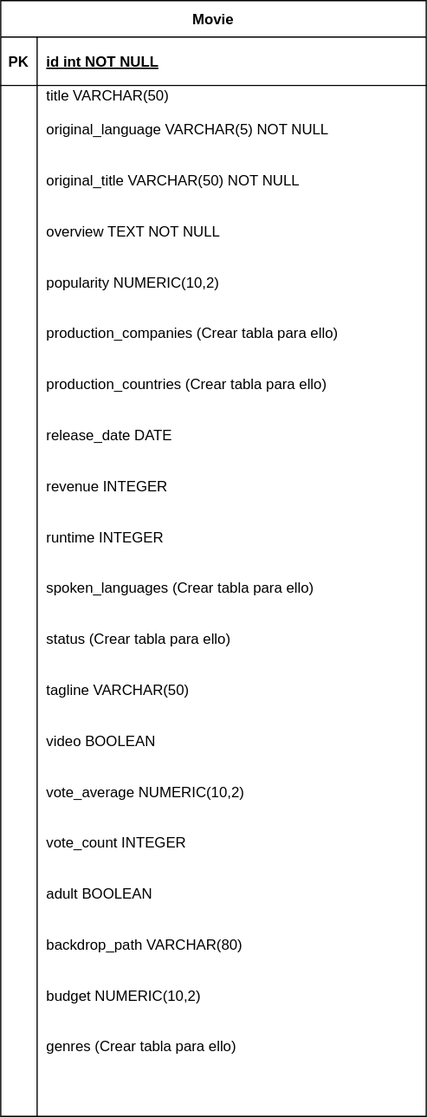
Above: Streambit.Catalog/docs/Catalog.svg in coscristian/Streambit.Catalog (draw.io), before the change. Source tidied: cells renumbered, new cells last; positions are measured from the earlier drawing's top-left corner, leaving out a move shared by most shapes. Its diagram source:
```xml
<mxGraphModel>
  <root>
    <mxCell id="0" />
    <mxCell id="1" parent="0" />
    <mxCell id="2" value="Movie" style="shape=table;startSize=30;rowLines=0;fontStyle=1;align=center;" parent="1" vertex="1">
      <mxGeometry width="351" height="920" as="geometry" />
    </mxCell>
    <mxCell id="3" style="shape=partialRectangle;fillColor=none;points=[[0,0.5],[1,0.5]];portConstraint=eastwest;top=0;left=0;right=0;bottom=1;" parent="2" vertex="1">
      <mxGeometry y="30" width="351" height="40" as="geometry" />
    </mxCell>
    <mxCell id="4" value="PK" style="shape=partialRectangle;overflow=hidden;fillColor=none;top=0;left=0;bottom=0;right=0;fontStyle=1;" parent="3" vertex="1">
      <mxGeometry width="30" height="40" as="geometry" />
    </mxCell>
    <mxCell id="5" value="id int NOT NULL" style="shape=partialRectangle;overflow=hidden;fillColor=none;top=0;left=0;bottom=0;right=0;align=left;spacingLeft=6;fontStyle=5;" parent="3" vertex="1">
      <mxGeometry x="30" width="321" height="40" as="geometry" />
    </mxCell>
    <mxCell id="6" style="shape=partialRectangle;fillColor=none;top=0;left=0;right=0;bottom=0;" parent="2" vertex="1">
      <mxGeometry y="70" width="351" height="850" as="geometry" />
    </mxCell>
    <mxCell id="7" style="shape=partialRectangle;overflow=hidden;fillColor=none;top=0;left=0;bottom=0;right=0;" parent="6" vertex="1">
      <mxGeometry width="30" height="850" as="geometry" />
    </mxCell>
    <mxCell id="8" value="title VARCHAR(50)&#10;&#10;original_language VARCHAR(5) NOT NULL&#10;&#10;&#10;original_title VARCHAR(50) NOT NULL&#10;&#10;&#10;overview TEXT NOT NULL&#10;&#10;&#10;popularity NUMERIC(10,2)&#10;&#10;&#10;production_companies (Crear tabla para ello)&#10;&#10;&#10;production_countries (Crear tabla para ello)&#10;&#10;&#10;release_date DATE&#10;&#10;&#10;revenue INTEGER&#10;&#10;&#10;runtime INTEGER&#10;&#10;&#10;spoken_languages (Crear tabla para ello)&#10;&#10;&#10;status (Crear tabla para ello)&#10;&#10;&#10;tagline VARCHAR(50)&#10;&#10;&#10;video BOOLEAN&#10;&#10;&#10;vote_average NUMERIC(10,2)&#10;&#10;&#10;vote_count INTEGER&#10;&#10;&#10;adult BOOLEAN&#10;&#10;&#10;backdrop_path VARCHAR(80)&#10;&#10;&#10;budget NUMERIC(10,2)&#10;&#10;&#10;genres (Crear tabla para ello)&#10;&#10;&#10;&#10;&#10;" style="shape=partialRectangle;overflow=hidden;fillColor=none;top=0;left=0;bottom=0;right=0;align=left;spacingLeft=6;" parent="6" vertex="1">
      <mxGeometry x="30" width="321" height="850" as="geometry" />
    </mxCell>
  </root>
</mxGraphModel>
```
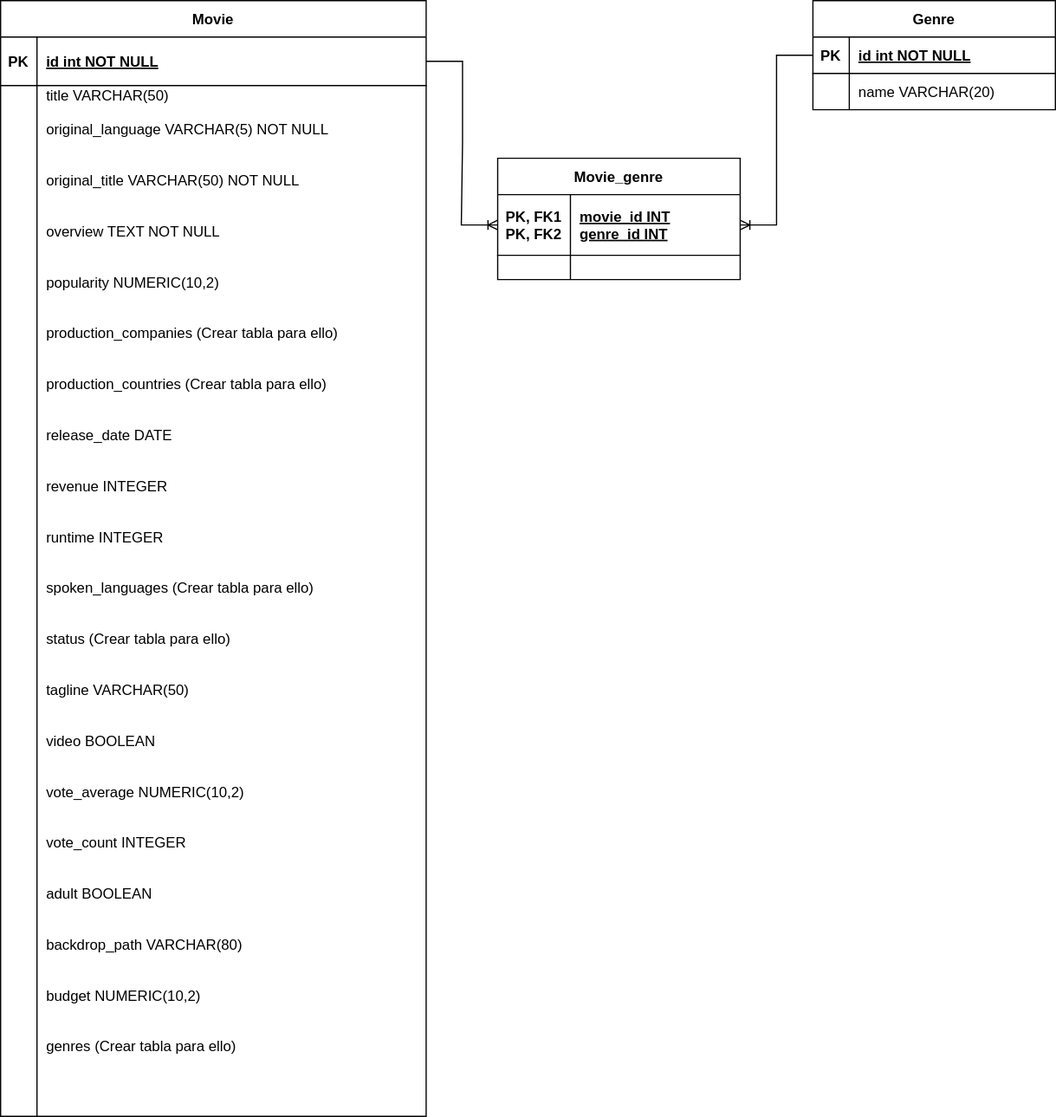
The same file after the commit.

Change to the diagram source:
```diff
@@ -23,5 +23,53 @@
     <mxCell id="8" value="title VARCHAR(50)&#10;&#10;original_language VARCHAR(5) NOT NULL&#10;&#10;&#10;original_title VARCHAR(50) NOT NULL&#10;&#10;&#10;overview TEXT NOT NULL&#10;&#10;&#10;popularity NUMERIC(10,2)&#10;&#10;&#10;production_companies (Crear tabla para ello)&#10;&#10;&#10;production_countries (Crear tabla para ello)&#10;&#10;&#10;release_date DATE&#10;&#10;&#10;revenue INTEGER&#10;&#10;&#10;runtime INTEGER&#10;&#10;&#10;spoken_languages (Crear tabla para ello)&#10;&#10;&#10;status (Crear tabla para ello)&#10;&#10;&#10;tagline VARCHAR(50)&#10;&#10;&#10;video BOOLEAN&#10;&#10;&#10;vote_average NUMERIC(10,2)&#10;&#10;&#10;vote_count INTEGER&#10;&#10;&#10;adult BOOLEAN&#10;&#10;&#10;backdrop_path VARCHAR(80)&#10;&#10;&#10;budget NUMERIC(10,2)&#10;&#10;&#10;genres (Crear tabla para ello)&#10;&#10;&#10;&#10;&#10;" style="shape=partialRectangle;overflow=hidden;fillColor=none;top=0;left=0;bottom=0;right=0;align=left;spacingLeft=6;" parent="6" vertex="1">
       <mxGeometry x="30" width="321" height="850" as="geometry" />
     </mxCell>
+    <mxCell id="9" value="Genre" style="shape=table;startSize=30;rowLines=0;fontStyle=1;align=center;" parent="1" vertex="1">
+      <mxGeometry x="670" width="200" height="90" as="geometry" />
+    </mxCell>
+    <mxCell id="10" style="shape=partialRectangle;fillColor=none;points=[[0,0.5],[1,0.5]];portConstraint=eastwest;top=0;left=0;right=0;bottom=1;" parent="9" vertex="1">
+      <mxGeometry y="30" width="200" height="30" as="geometry" />
+    </mxCell>
+    <mxCell id="11" value="PK" style="shape=partialRectangle;overflow=hidden;fillColor=none;top=0;left=0;bottom=0;right=0;fontStyle=1;" parent="10" vertex="1">
+      <mxGeometry width="30" height="30" as="geometry" />
+    </mxCell>
+    <mxCell id="12" value="id int NOT NULL" style="shape=partialRectangle;overflow=hidden;fillColor=none;top=0;left=0;bottom=0;right=0;align=left;spacingLeft=6;fontStyle=5;verticalAlign=middle;" parent="10" vertex="1">
+      <mxGeometry x="30" width="170" height="30" as="geometry" />
+    </mxCell>
+    <mxCell id="13" style="shape=partialRectangle;fillColor=none;top=0;left=0;right=0;bottom=0;" parent="9" vertex="1">
+      <mxGeometry y="60" width="200" height="30" as="geometry" />
+    </mxCell>
+    <mxCell id="14" style="shape=partialRectangle;overflow=hidden;fillColor=none;top=0;left=0;bottom=0;right=0;" parent="13" vertex="1">
+      <mxGeometry width="30" height="30" as="geometry" />
+    </mxCell>
+    <mxCell id="15" value="name VARCHAR(20)" style="shape=partialRectangle;overflow=hidden;fillColor=none;top=0;left=0;bottom=0;right=0;align=left;spacingLeft=6;" parent="13" vertex="1">
+      <mxGeometry x="30" width="170" height="30" as="geometry" />
+    </mxCell>
+    <mxCell id="16" value="Movie_genre" style="shape=table;startSize=30;rowLines=0;fontStyle=1;align=center;" parent="1" vertex="1">
+      <mxGeometry x="410" y="130" width="200" height="100" as="geometry" />
+    </mxCell>
+    <mxCell id="17" style="shape=partialRectangle;fillColor=none;points=[[0,0.5],[1,0.5]];portConstraint=eastwest;top=0;left=0;right=0;bottom=1;" parent="16" vertex="1">
+      <mxGeometry y="30" width="200" height="50" as="geometry" />
+    </mxCell>
+    <mxCell id="18" value="PK, FK1&#10;PK, FK2" style="shape=partialRectangle;overflow=hidden;fillColor=none;top=0;left=0;bottom=0;right=0;fontStyle=1;" parent="17" vertex="1">
+      <mxGeometry width="60" height="50" as="geometry" />
+    </mxCell>
+    <mxCell id="19" value="movie_id INT&#10;genre_id INT" style="shape=partialRectangle;overflow=hidden;fillColor=none;top=0;left=0;bottom=0;right=0;align=left;spacingLeft=6;fontStyle=5;" parent="17" vertex="1">
+      <mxGeometry x="60" width="140" height="50" as="geometry" />
+    </mxCell>
+    <mxCell id="20" style="shape=partialRectangle;fillColor=none;top=0;left=0;right=0;bottom=0;" parent="16" vertex="1">
+      <mxGeometry y="80" width="200" height="20" as="geometry" />
+    </mxCell>
+    <mxCell id="21" style="shape=partialRectangle;overflow=hidden;fillColor=none;top=0;left=0;bottom=0;right=0;" parent="20" vertex="1">
+      <mxGeometry width="60" height="20" as="geometry" />
+    </mxCell>
+    <mxCell id="22" style="shape=partialRectangle;overflow=hidden;fillColor=none;top=0;left=0;bottom=0;right=0;align=left;spacingLeft=6;" parent="20" vertex="1">
+      <mxGeometry x="60" width="140" height="20" as="geometry" />
+    </mxCell>
+    <mxCell id="23" style="edgeStyle=entityRelationEdgeStyle;fontSize=12;html=1;endArrow=ERoneToMany;rounded=0;exitX=1;exitY=0.5;exitDx=0;exitDy=0;entryX=0;entryY=0.5;entryDx=0;entryDy=0;" parent="1" edge="1" source="3" target="17">
+      <mxGeometry relative="1" as="geometry" />
+    </mxCell>
+    <mxCell id="24" style="edgeStyle=entityRelationEdgeStyle;fontSize=12;html=1;endArrow=ERoneToMany;rounded=0;entryX=1;entryY=0.5;entryDx=0;entryDy=0;exitX=0;exitY=0.5;exitDx=0;exitDy=0;" parent="1" edge="1" source="10" target="17">
+      <mxGeometry relative="1" as="geometry" />
+    </mxCell>
   </root>
 </mxGraphModel>
```
